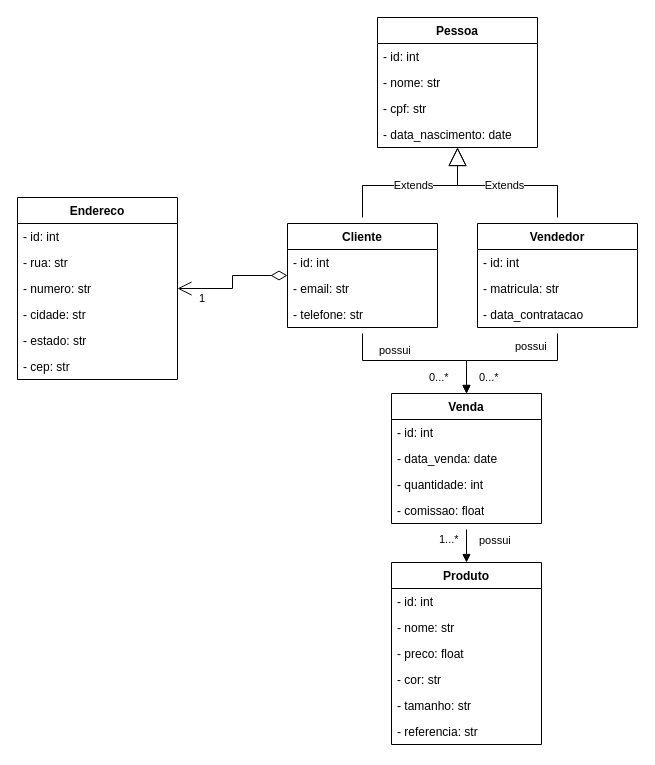
The draw.io diagram Diagrama de classes.drawio in Gebrel07/App-registro-de-vendas, before the edit. Source tidied: cells renumbered, new cells numbered last; positions are measured from the earlier drawing's top-left corner, leaving out a move shared by most shapes. Both pictures are drawn from the tidied source at 100%, with x=0, y=0 at pixel (17, 17).
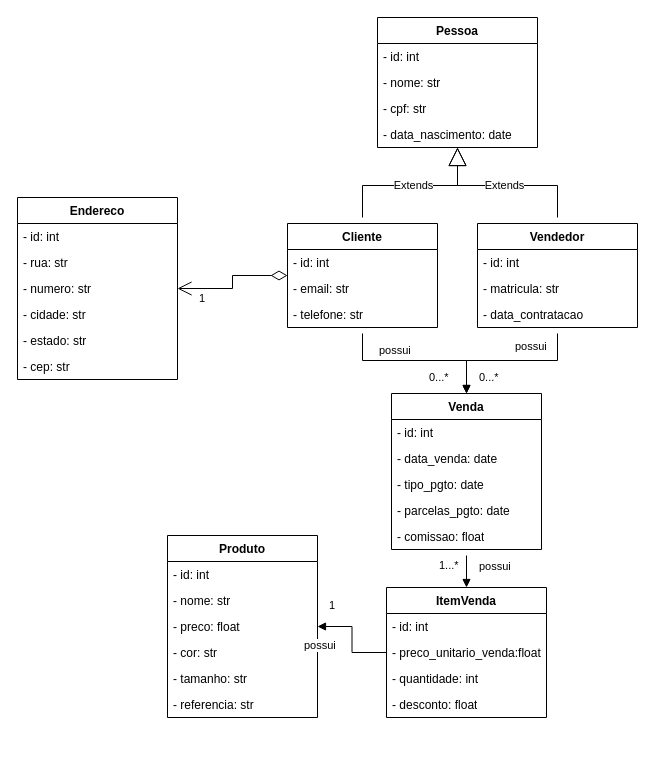
Above is the later version.

Diff of the diagram source:
```diff
@@
     <mxCell id="22" value="Venda" style="swimlane;fontStyle=1;align=center;verticalAlign=top;horizontal=1;startSize=26;whiteSpace=wrap;html=1;" parent="1" vertex="1">
-      <mxGeometry x="374" y="376" width="150" height="130" as="geometry" />
+      <mxGeometry x="374" y="376" width="150" height="156" as="geometry" />
     </mxCell>
@@
-    <mxCell id="25" value="- quantidade: int" style="text;strokeColor=none;fillColor=none;align=left;verticalAlign=top;spacingLeft=4;spacingRight=4;overflow=hidden;whiteSpace=wrap;html=1;" parent="22" vertex="1">
-      <mxGeometry y="78" width="150" height="26" as="geometry" />
-    </mxCell>
+    <mxCell id="43" value="- tipo_pgto: date" style="text;strokeColor=none;fillColor=none;align=left;verticalAlign=top;spacingLeft=4;spacingRight=4;overflow=hidden;whiteSpace=wrap;html=1;" parent="22" vertex="1">
+      <mxGeometry y="78" width="150" height="26" as="geometry" />
+    </mxCell>
+    <mxCell id="44" value="- parcelas_pgto: date" style="text;strokeColor=none;fillColor=none;align=left;verticalAlign=top;spacingLeft=4;spacingRight=4;overflow=hidden;whiteSpace=wrap;html=1;" parent="22" vertex="1">
+      <mxGeometry y="104" width="150" height="26" as="geometry" />
+    </mxCell>
     <mxCell id="26" value="- comissao: float" style="text;strokeColor=none;fillColor=none;align=left;verticalAlign=top;spacingLeft=4;spacingRight=4;overflow=hidden;whiteSpace=wrap;html=1;" parent="22" vertex="1">
-      <mxGeometry y="104" width="150" height="26" as="geometry" />
+      <mxGeometry y="130" width="150" height="26" as="geometry" />
     </mxCell>
@@
     <mxCell id="31" value="Produto" style="swimlane;fontStyle=1;align=center;verticalAlign=top;horizontal=1;startSize=26;whiteSpace=wrap;html=1;" parent="1" vertex="1">
-      <mxGeometry x="374" y="545" width="150" height="182" as="geometry" />
+      <mxGeometry x="150" y="518" width="150" height="182" as="geometry" />
     </mxCell>
@@
-    <mxCell id="38" value="possui" style="endArrow=block;endFill=1;html=1;edgeStyle=orthogonalEdgeStyle;align=left;verticalAlign=top;rounded=0;strokeColor=default;fontFamily=Helvetica;fontSize=11;fontColor=default;labelBackgroundColor=default;sourcePerimeterSpacing=6;" parent="1" edge="1" source="22" target="31">
+    <mxCell id="38" value="possui" style="endArrow=block;endFill=1;html=1;edgeStyle=orthogonalEdgeStyle;align=left;verticalAlign=top;rounded=0;strokeColor=default;fontFamily=Helvetica;fontSize=11;fontColor=default;labelBackgroundColor=default;sourcePerimeterSpacing=6;" parent="1" edge="1" source="22" target="45">
       <mxGeometry x="-1" y="11" relative="1" as="geometry">
         <mxPoint y="-2" as="offset" />
       </mxGeometry>
     </mxCell>
@@
+    <mxCell id="45" value="ItemVenda" style="swimlane;fontStyle=1;align=center;verticalAlign=top;horizontal=1;startSize=26;whiteSpace=wrap;html=1;" parent="1" vertex="1">
+      <mxGeometry x="369" y="570" width="160" height="130" as="geometry" />
+    </mxCell>
+    <mxCell id="46" value="- id: int" style="text;strokeColor=none;fillColor=none;align=left;verticalAlign=top;spacingLeft=4;spacingRight=4;overflow=hidden;whiteSpace=wrap;html=1;" parent="45" vertex="1">
+      <mxGeometry y="26" width="160" height="26" as="geometry" />
+    </mxCell>
+    <mxCell id="47" value="- preco_unitario_venda:float" style="text;strokeColor=none;fillColor=none;align=left;verticalAlign=top;spacingLeft=4;spacingRight=4;overflow=hidden;whiteSpace=wrap;html=1;" parent="45" vertex="1">
+      <mxGeometry y="52" width="160" height="26" as="geometry" />
+    </mxCell>
+    <mxCell id="25" value="- quantidade: int" style="text;strokeColor=none;fillColor=none;align=left;verticalAlign=top;spacingLeft=4;spacingRight=4;overflow=hidden;whiteSpace=wrap;html=1;" parent="45" vertex="1">
+      <mxGeometry y="78" width="160" height="26" as="geometry" />
+    </mxCell>
+    <mxCell id="48" value="- desconto: float" style="text;strokeColor=none;fillColor=none;align=left;verticalAlign=top;spacingLeft=4;spacingRight=4;overflow=hidden;whiteSpace=wrap;html=1;" parent="45" vertex="1">
+      <mxGeometry y="104" width="160" height="26" as="geometry" />
+    </mxCell>
+    <mxCell id="49" value="possui" style="endArrow=block;endFill=1;html=1;edgeStyle=orthogonalEdgeStyle;align=left;verticalAlign=top;rounded=0;" parent="1" edge="1" source="45" target="31">
+      <mxGeometry x="-0.27" y="25" relative="1" as="geometry">
+        <mxPoint x="-25" y="-20" as="offset" />
+      </mxGeometry>
+    </mxCell>
+    <mxCell id="50" value="1" style="edgeLabel;html=1;align=left;verticalAlign=bottom;" parent="49" vertex="1">
+      <mxGeometry x="-1" relative="1" as="geometry">
+        <mxPoint x="-59" y="-39" as="offset" />
+      </mxGeometry>
+    </mxCell>
```
